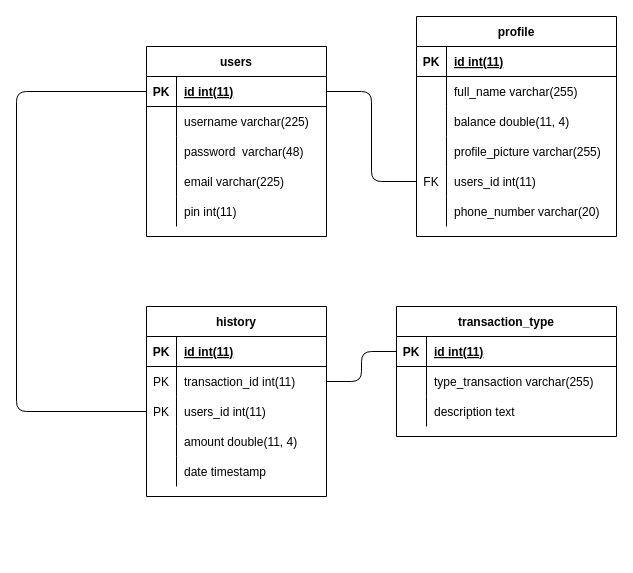
This is erd.drawio from refaldy04/fw9-backend, a draw.io file, before an edit. Source tidied: cells renumbered, new cells numbered last; positions are measured from the earlier drawing's top-left corner, leaving out a move shared by most shapes. Both pictures are drawn from the tidied source at 100%, with x=0, y=0 at pixel (16, 16).
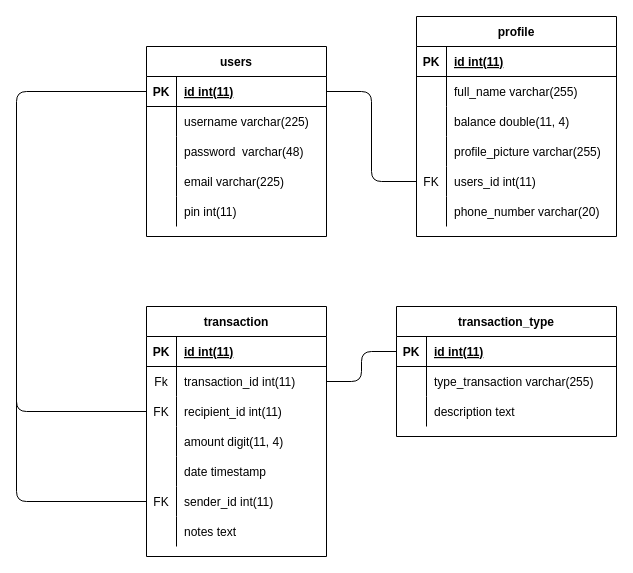
Above is the later version.

Unchanged cells that the change refers to:
```xml
<mxCell id="52" style="shape=partialRectangle;fillColor=none;top=0;left=0;bottom=0;right=0;points=[[0,0.5],[1,0.5]];portConstraint=eastwest;" parent="48" vertex="1">
  <mxGeometry y="60" width="180" height="30" as="geometry" />
</mxCell>
<mxCell id="55" style="shape=partialRectangle;fillColor=none;top=0;left=0;bottom=0;right=0;" parent="48" vertex="1">
  <mxGeometry y="90" width="180" height="30" as="geometry" />
</mxCell>
<mxCell id="58" style="shape=partialRectangle;fillColor=none;top=0;left=0;bottom=0;right=0;" parent="48" vertex="1">
  <mxGeometry y="120" width="180" height="30" as="geometry" />
</mxCell>
```

What changed in the source:
```diff
@@
-    <mxCell id="48" value="history" style="shape=table;startSize=30;childLayout=tableLayout;rowLines=0;fontStyle=1;align=center;" parent="1" vertex="1">
-      <mxGeometry x="130" y="290" width="180" height="190" as="geometry" />
+    <mxCell id="48" value="transaction" style="shape=table;startSize=30;childLayout=tableLayout;rowLines=0;fontStyle=1;align=center;" parent="1" vertex="1">
+      <mxGeometry x="130" y="290" width="180" height="250" as="geometry" />
     </mxCell>
@@
-    <mxCell id="53" value="PK" style="shape=partialRectangle;fillColor=none;top=0;left=0;bottom=0;right=0;overflow=hidden;" parent="52" vertex="1">
+    <mxCell id="53" value="Fk" style="shape=partialRectangle;fillColor=none;top=0;left=0;bottom=0;right=0;overflow=hidden;" parent="52" vertex="1">
       <mxGeometry width="30" height="30" as="geometry" />
     </mxCell>
@@
-    <mxCell id="56" value="PK" style="shape=partialRectangle;fillColor=none;top=0;left=0;bottom=0;right=0;overflow=hidden;" parent="55" vertex="1">
+    <mxCell id="56" value="FK" style="shape=partialRectangle;fillColor=none;top=0;left=0;bottom=0;right=0;overflow=hidden;" parent="55" vertex="1">
       <mxGeometry width="30" height="30" as="geometry" />
     </mxCell>
-    <mxCell id="57" value="users_id int(11)" style="shape=partialRectangle;fillColor=none;top=0;left=0;bottom=0;right=0;align=left;spacingLeft=6;overflow=hidden;" parent="55" vertex="1">
+    <mxCell id="57" value="recipient_id int(11)" style="shape=partialRectangle;fillColor=none;top=0;left=0;bottom=0;right=0;align=left;spacingLeft=6;overflow=hidden;" parent="55" vertex="1">
       <mxGeometry x="30" width="150" height="30" as="geometry" />
     </mxCell>
@@
-    <mxCell id="60" value="amount double(11, 4)" style="shape=partialRectangle;fillColor=none;top=0;left=0;bottom=0;right=0;align=left;spacingLeft=6;overflow=hidden;" parent="58" vertex="1">
+    <mxCell id="60" value="amount digit(11, 4)" style="shape=partialRectangle;fillColor=none;top=0;left=0;bottom=0;right=0;align=left;spacingLeft=6;overflow=hidden;" parent="58" vertex="1">
       <mxGeometry x="30" width="150" height="30" as="geometry" />
     </mxCell>
@@
+    <mxCell id="66" style="shape=partialRectangle;fillColor=none;top=0;left=0;bottom=0;right=0;points=[[0,0.5],[1,0.5]];portConstraint=eastwest;" parent="48" vertex="1">
+      <mxGeometry y="180" width="180" height="30" as="geometry" />
+    </mxCell>
+    <mxCell id="67" value="FK" style="shape=partialRectangle;fillColor=none;top=0;left=0;bottom=0;right=0;overflow=hidden;" parent="66" vertex="1">
+      <mxGeometry width="30" height="30" as="geometry" />
+    </mxCell>
+    <mxCell id="68" value="sender_id int(11)" style="shape=partialRectangle;fillColor=none;top=0;left=0;bottom=0;right=0;align=left;spacingLeft=6;overflow=hidden;" parent="66" vertex="1">
+      <mxGeometry x="30" width="150" height="30" as="geometry" />
+    </mxCell>
+    <mxCell id="69" style="shape=partialRectangle;fillColor=none;top=0;left=0;bottom=0;right=0;" parent="48" vertex="1">
+      <mxGeometry y="210" width="180" height="30" as="geometry" />
+    </mxCell>
+    <mxCell id="70" style="shape=partialRectangle;fillColor=none;top=0;left=0;bottom=0;right=0;overflow=hidden;" parent="69" vertex="1">
+      <mxGeometry width="30" height="30" as="geometry" />
+    </mxCell>
+    <mxCell id="71" value="notes text" style="shape=partialRectangle;fillColor=none;top=0;left=0;bottom=0;right=0;align=left;spacingLeft=6;overflow=hidden;" parent="69" vertex="1">
+      <mxGeometry x="30" width="150" height="30" as="geometry" />
+    </mxCell>
@@
+    <mxCell id="72" style="edgeStyle=none;html=1;exitX=0;exitY=0.5;exitDx=0;exitDy=0;endArrow=none;endFill=0;" parent="1" edge="1" source="66">
+      <mxGeometry relative="1" as="geometry">
+        <mxPoint y="330" as="targetPoint" />
+        <Array as="points">
+          <mxPoint y="485" />
+        </Array>
+      </mxGeometry>
+    </mxCell>
```
